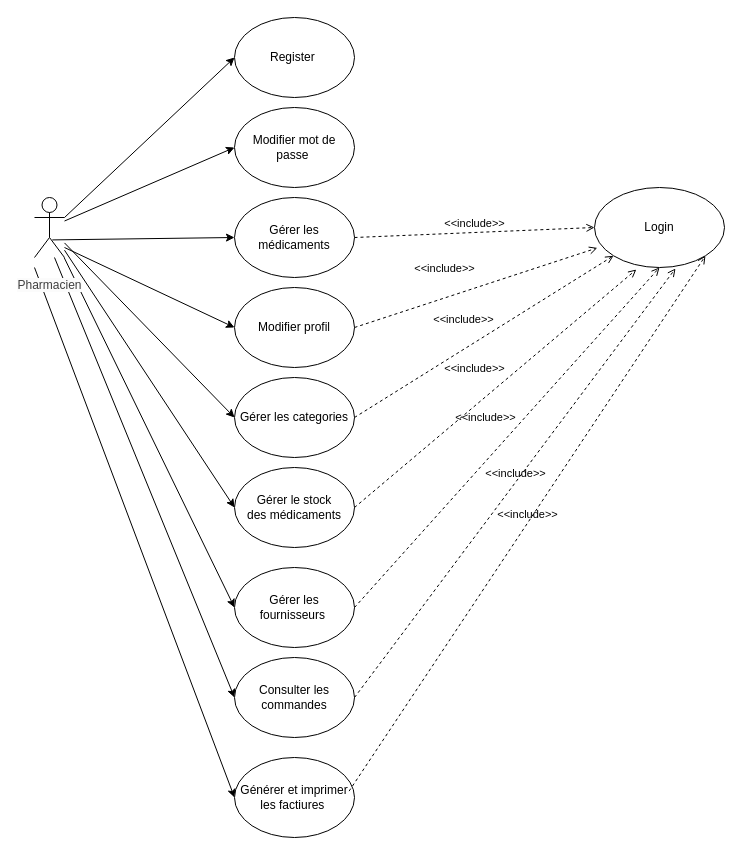
Above: diagramme/usecase.drawio in rihabbenh26/projet_RHC (draw.io), before the change. Source tidied: cells renumbered, new cells numbered last; positions are measured from the earlier drawing's top-left corner, leaving out a move shared by most shapes. Both pictures are drawn from the tidied source at 100%, with x=0, y=0 at pixel (34, 17).
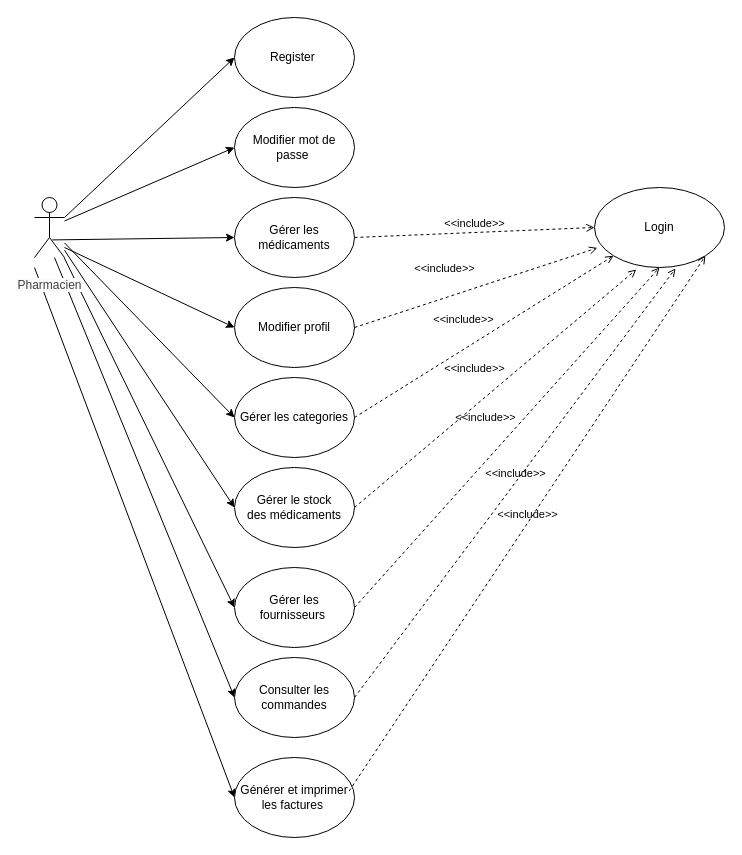
Above is the later version.

The edit, as a diff of the source:
```diff
@@
-    <mxCell id="15" value="&lt;span style=&quot;color: rgb(0, 0, 0);&quot;&gt;Gén&lt;span style=&quot;color: rgb(0, 0, 0);&quot;&gt;é&lt;/span&gt;rer et imprimer les factiures&amp;nbsp;&lt;/span&gt;" style="ellipse;whiteSpace=wrap;html=1;" parent="1" vertex="1">
+    <mxCell id="15" value="&lt;span style=&quot;color: rgb(0, 0, 0);&quot;&gt;Gén&lt;span style=&quot;color: rgb(0, 0, 0);&quot;&gt;é&lt;/span&gt;rer et imprimer les factures&amp;nbsp;&lt;/span&gt;" style="ellipse;whiteSpace=wrap;html=1;" parent="1" vertex="1">
       <mxGeometry x="200" y="740" width="120" height="80" as="geometry" />
     </mxCell>
```
